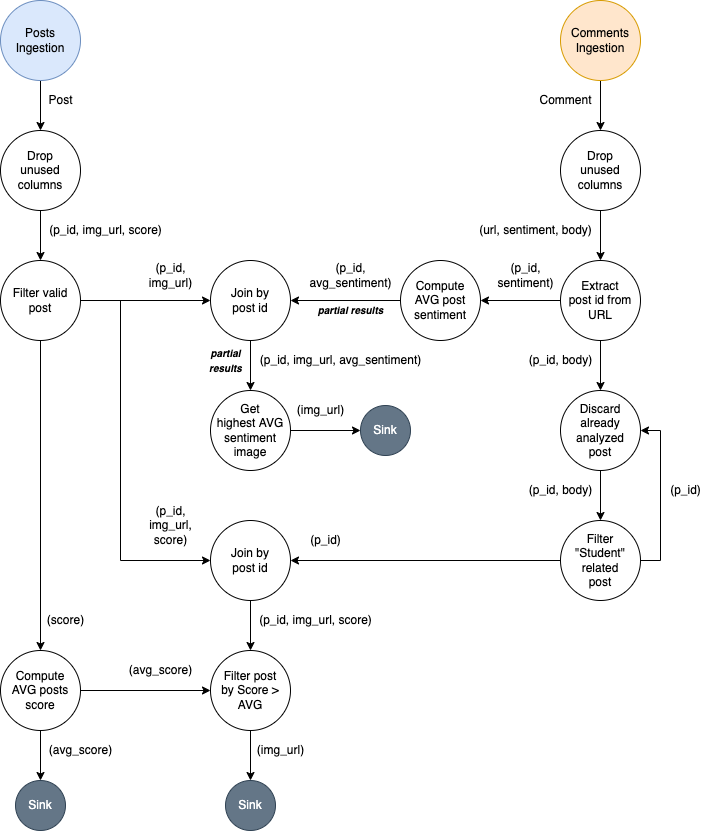
This is TP2/docs/diagrams/DAG_transparent.png from mauro7x/distribuidos, a draw.io export, as it was before one commit. Source tidied: cells renumbered, new cells last; positions are measured from the earlier drawing's top-left corner, leaving out a move shared by most shapes.
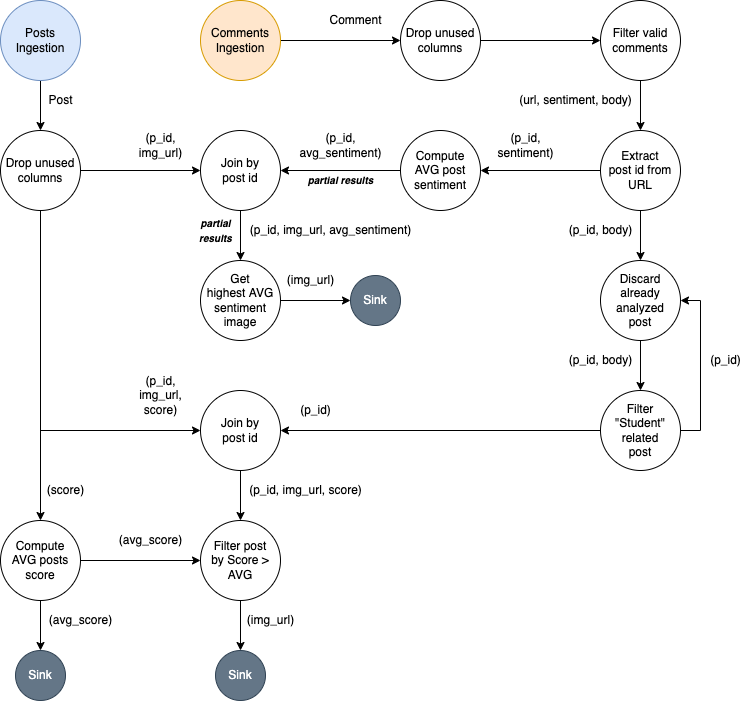
Later version of the same file.

Diff of the diagram source:
```diff
@@ -2,35 +2,29 @@
   <root>
     <mxCell id="0" />
     <mxCell id="1" parent="0" />
-    <mxCell id="2" style="edgeStyle=orthogonalEdgeStyle;rounded=0;jettySize=auto;html=1;" parent="1" edge="1" source="3" target="5">
+    <mxCell id="2" style="edgeStyle=orthogonalEdgeStyle;rounded=0;jettySize=auto;html=1;" parent="1" edge="1" source="3" target="18">
       <mxGeometry relative="1" as="geometry" />
     </mxCell>
     <mxCell id="3" value="Posts&lt;br&gt;Ingestion" style="ellipse;whiteSpace=wrap;html=1;fillColor=#dae8fc;strokeColor=#6c8ebf;" parent="1" vertex="1">
-      <mxGeometry width="80" height="80" as="geometry" />
+      <mxGeometry y="130" width="80" height="80" as="geometry" />
     </mxCell>
-    <mxCell id="4" style="edgeStyle=orthogonalEdgeStyle;rounded=0;jettySize=auto;html=1;" parent="1" edge="1" source="5" target="18">
-      <mxGeometry relative="1" as="geometry" />
-    </mxCell>
-    <mxCell id="5" value="Drop&lt;br&gt;unused columns" style="ellipse;whiteSpace=wrap;html=1;" parent="1" vertex="1">
-      <mxGeometry y="130" width="80" height="80" as="geometry" />
-    </mxCell>
     <mxCell id="6" value="Post" style="text;html=1;align=center;verticalAlign=middle;strokeColor=none;fillColor=none;fontStyle=0;" parent="1" vertex="1">
-      <mxGeometry x="40" y="90" width="40" height="20" as="geometry" />
+      <mxGeometry x="40" y="220" width="40" height="20" as="geometry" />
     </mxCell>
-    <mxCell id="7" style="edgeStyle=orthogonalEdgeStyle;rounded=0;jettySize=auto;html=1;" parent="1" edge="1" source="8" target="10">
-      <mxGeometry relative="1" as="geometry" />
-    </mxCell>
+    <mxCell id="59" style="edgeStyle=orthogonalEdgeStyle;rounded=0;jettySize=auto;html=1;" parent="1" edge="1" source="8" target="5">
+      <mxGeometry relative="1" as="geometry" />
+    </mxCell>
     <mxCell id="8" value="Comments Ingestion" style="ellipse;whiteSpace=wrap;html=1;fillColor=#ffe6cc;strokeColor=#d79b00;" parent="1" vertex="1">
-      <mxGeometry x="560" width="80" height="80" as="geometry" />
+      <mxGeometry x="200" y="130" width="80" height="80" as="geometry" />
     </mxCell>
     <mxCell id="9" style="edgeStyle=orthogonalEdgeStyle;rounded=0;jettySize=auto;html=1;" parent="1" edge="1" source="10" target="23">
       <mxGeometry relative="1" as="geometry" />
     </mxCell>
-    <mxCell id="10" value="Drop&lt;br&gt;unused columns" style="ellipse;whiteSpace=wrap;html=1;" parent="1" vertex="1">
-      <mxGeometry x="560" y="130" width="80" height="80" as="geometry" />
+    <mxCell id="10" value="Filter valid comments" style="ellipse;whiteSpace=wrap;html=1;" parent="1" vertex="1">
+      <mxGeometry x="600" y="130" width="80" height="80" as="geometry" />
     </mxCell>
     <mxCell id="11" value="Comment" style="text;html=1;align=center;verticalAlign=middle;strokeColor=none;fillColor=none;" parent="1" vertex="1">
-      <mxGeometry x="530" y="90" width="70" height="20" as="geometry" />
+      <mxGeometry x="320" y="140" width="70" height="20" as="geometry" />
     </mxCell>
     <mxCell id="12" style="edgeStyle=orthogonalEdgeStyle;rounded=0;jettySize=auto;html=1;" parent="1" edge="1" source="14" target="19">
       <mxGeometry relative="1" as="geometry" />
@@ -50,19 +44,18 @@
     <mxCell id="17" style="edgeStyle=orthogonalEdgeStyle;rounded=0;jettySize=auto;html=1;fontSize=10;" parent="1" edge="1" source="18" target="52">
       <mxGeometry relative="1" as="geometry">
         <Array as="points">
-          <mxPoint x="120" y="300" />
-          <mxPoint x="120" y="560" />
+          <mxPoint x="40" y="560" />
         </Array>
       </mxGeometry>
     </mxCell>
-    <mxCell id="18" value="Filter valid post" style="ellipse;whiteSpace=wrap;html=1;" parent="1" vertex="1">
+    <mxCell id="18" value="Drop unused&lt;br&gt;columns" style="ellipse;whiteSpace=wrap;html=1;" parent="1" vertex="1">
       <mxGeometry y="260" width="80" height="80" as="geometry" />
     </mxCell>
     <mxCell id="19" value="Sink" style="ellipse;whiteSpace=wrap;html=1;fillColor=#647687;fontColor=#ffffff;strokeColor=#314354;" parent="1" vertex="1">
       <mxGeometry x="15" y="780" width="50" height="50" as="geometry" />
     </mxCell>
     <mxCell id="20" value="(avg_score)" style="text;html=1;align=center;verticalAlign=middle;strokeColor=none;fillColor=none;" parent="1" vertex="1">
-      <mxGeometry x="120" y="660" width="80" height="20" as="geometry" />
+      <mxGeometry x="110" y="660" width="80" height="20" as="geometry" />
     </mxCell>
     <mxCell id="21" style="edgeStyle=orthogonalEdgeStyle;rounded=0;jettySize=auto;html=1;" parent="1" edge="1" source="23" target="26">
       <mxGeometry relative="1" as="geometry" />
@@ -71,10 +64,10 @@
       <mxGeometry relative="1" as="geometry" />
     </mxCell>
     <mxCell id="23" value="Extract&lt;br&gt;post id from URL" style="ellipse;whiteSpace=wrap;html=1;" parent="1" vertex="1">
-      <mxGeometry x="560" y="260" width="80" height="80" as="geometry" />
+      <mxGeometry x="600" y="260" width="80" height="80" as="geometry" />
     </mxCell>
     <mxCell id="24" value="(url, sentiment, body)" style="text;html=1;align=center;verticalAlign=middle;strokeColor=none;fillColor=none;" parent="1" vertex="1">
-      <mxGeometry x="470" y="220" width="130" height="20" as="geometry" />
+      <mxGeometry x="510" y="220" width="130" height="20" as="geometry" />
     </mxCell>
     <mxCell id="25" style="edgeStyle=orthogonalEdgeStyle;rounded=0;jettySize=auto;html=1;" parent="1" edge="1" source="26" target="30">
       <mxGeometry relative="1" as="geometry" />
@@ -85,53 +78,50 @@
     <mxCell id="27" value="(p_id,&lt;br&gt;sentiment)" style="text;html=1;align=center;verticalAlign=middle;strokeColor=none;fillColor=none;" parent="1" vertex="1">
       <mxGeometry x="490" y="260" width="70" height="30" as="geometry" />
     </mxCell>
-    <mxCell id="28" value="(p_id, img_url, score)" style="text;html=1;align=center;verticalAlign=middle;strokeColor=none;fillColor=none;" parent="1" vertex="1">
-      <mxGeometry x="40" y="220" width="130" height="20" as="geometry" />
-    </mxCell>
     <mxCell id="29" style="edgeStyle=orthogonalEdgeStyle;rounded=0;jettySize=auto;html=1;" parent="1" edge="1" source="30" target="34">
       <mxGeometry relative="1" as="geometry" />
     </mxCell>
     <mxCell id="30" value="Join by&lt;br&gt;post id" style="ellipse;whiteSpace=wrap;html=1;" parent="1" vertex="1">
-      <mxGeometry x="210" y="260" width="80" height="80" as="geometry" />
+      <mxGeometry x="200" y="260" width="80" height="80" as="geometry" />
     </mxCell>
     <mxCell id="31" value="(p_id,&lt;br&gt;avg_sentiment)" style="text;html=1;align=center;verticalAlign=middle;strokeColor=none;fillColor=none;" parent="1" vertex="1">
-      <mxGeometry x="300" y="260" width="100" height="30" as="geometry" />
+      <mxGeometry x="290" y="260" width="100" height="30" as="geometry" />
     </mxCell>
     <mxCell id="32" value="(p_id,&lt;br&gt;img_url,&lt;br&gt;score)" style="text;html=1;align=center;verticalAlign=middle;strokeColor=none;fillColor=none;" parent="1" vertex="1">
-      <mxGeometry x="140" y="500" width="60" height="50" as="geometry" />
+      <mxGeometry x="130" y="500" width="60" height="50" as="geometry" />
     </mxCell>
     <mxCell id="33" style="edgeStyle=orthogonalEdgeStyle;rounded=0;jettySize=auto;html=1;fontSize=10;" parent="1" edge="1" source="34" target="38">
       <mxGeometry relative="1" as="geometry" />
     </mxCell>
     <mxCell id="34" value="Get&lt;br&gt;highest AVG sentiment image" style="ellipse;whiteSpace=wrap;html=1;" parent="1" vertex="1">
-      <mxGeometry x="210" y="390" width="80" height="80" as="geometry" />
+      <mxGeometry x="200" y="390" width="80" height="80" as="geometry" />
     </mxCell>
     <mxCell id="35" value="(p_id, img_url, avg_sentiment)" style="text;html=1;align=center;verticalAlign=middle;strokeColor=none;fillColor=none;" parent="1" vertex="1">
-      <mxGeometry x="250" y="350" width="180" height="20" as="geometry" />
+      <mxGeometry x="240" y="350" width="180" height="20" as="geometry" />
     </mxCell>
     <mxCell id="36" value="&lt;font style=&quot;font-size: 10px;&quot;&gt;partial results&lt;/font&gt;" style="text;html=1;align=center;verticalAlign=middle;strokeColor=none;fillColor=none;fontStyle=3;" parent="1" vertex="1">
-      <mxGeometry x="310" y="300" width="80" height="20" as="geometry" />
+      <mxGeometry x="300" y="300" width="80" height="20" as="geometry" />
     </mxCell>
     <mxCell id="37" value="&lt;font style=&quot;font-size: 10px;&quot;&gt;partial&lt;br&gt;results&lt;/font&gt;" style="text;html=1;align=center;verticalAlign=middle;strokeColor=none;fillColor=none;fontStyle=3;" parent="1" vertex="1">
-      <mxGeometry x="200" y="340" width="50" height="40" as="geometry" />
+      <mxGeometry x="190" y="340" width="50" height="40" as="geometry" />
     </mxCell>
     <mxCell id="38" value="Sink" style="ellipse;whiteSpace=wrap;html=1;fillColor=#647687;fontColor=#ffffff;strokeColor=#314354;" parent="1" vertex="1">
-      <mxGeometry x="360" y="405" width="50" height="50" as="geometry" />
+      <mxGeometry x="350" y="405" width="50" height="50" as="geometry" />
     </mxCell>
     <mxCell id="39" value="(img_url)" style="text;html=1;align=center;verticalAlign=middle;strokeColor=none;fillColor=none;" parent="1" vertex="1">
-      <mxGeometry x="290" y="400" width="60" height="20" as="geometry" />
+      <mxGeometry x="280" y="400" width="60" height="20" as="geometry" />
     </mxCell>
     <mxCell id="40" style="edgeStyle=orthogonalEdgeStyle;rounded=0;jettySize=auto;html=1;fontSize=10;" parent="1" edge="1" source="41" target="44">
       <mxGeometry relative="1" as="geometry" />
     </mxCell>
     <mxCell id="41" value="Discard&lt;br&gt;already analyzed&lt;br&gt;post" style="ellipse;whiteSpace=wrap;html=1;" parent="1" vertex="1">
-      <mxGeometry x="560" y="390" width="80" height="80" as="geometry" />
+      <mxGeometry x="600" y="390" width="80" height="80" as="geometry" />
     </mxCell>
     <mxCell id="42" style="edgeStyle=orthogonalEdgeStyle;rounded=0;jettySize=auto;html=1;fontSize=10;" parent="1" edge="1" source="44" target="41">
       <mxGeometry relative="1" as="geometry">
         <Array as="points">
-          <mxPoint x="660" y="560" />
-          <mxPoint x="660" y="430" />
+          <mxPoint x="700" y="560" />
+          <mxPoint x="700" y="430" />
         </Array>
       </mxGeometry>
     </mxCell>
@@ -139,49 +129,55 @@
       <mxGeometry relative="1" as="geometry" />
     </mxCell>
     <mxCell id="44" value="Filter&lt;br&gt;&quot;Student&quot; related&lt;br&gt;post" style="ellipse;whiteSpace=wrap;html=1;" parent="1" vertex="1">
-      <mxGeometry x="560" y="520" width="80" height="80" as="geometry" />
+      <mxGeometry x="600" y="520" width="80" height="80" as="geometry" />
     </mxCell>
     <mxCell id="45" style="edgeStyle=orthogonalEdgeStyle;rounded=0;jettySize=auto;html=1;fontSize=10;" parent="1" edge="1" source="46" target="56">
       <mxGeometry relative="1" as="geometry" />
     </mxCell>
     <mxCell id="46" value="Filter post&lt;br&gt;by Score &amp;gt; AVG" style="ellipse;whiteSpace=wrap;html=1;" parent="1" vertex="1">
-      <mxGeometry x="210" y="650" width="80" height="80" as="geometry" />
+      <mxGeometry x="200" y="650" width="80" height="80" as="geometry" />
     </mxCell>
     <mxCell id="47" value="(p_id, body)" style="text;html=1;align=center;verticalAlign=middle;strokeColor=none;fillColor=none;" parent="1" vertex="1">
-      <mxGeometry x="520" y="350" width="80" height="20" as="geometry" />
+      <mxGeometry x="560" y="350" width="80" height="20" as="geometry" />
     </mxCell>
     <mxCell id="48" value="(p_id)" style="text;html=1;align=center;verticalAlign=middle;strokeColor=none;fillColor=none;" parent="1" vertex="1">
-      <mxGeometry x="660" y="480" width="50" height="20" as="geometry" />
+      <mxGeometry x="700" y="480" width="50" height="20" as="geometry" />
     </mxCell>
     <mxCell id="49" value="(p_id, body)" style="text;html=1;align=center;verticalAlign=middle;strokeColor=none;fillColor=none;" parent="1" vertex="1">
-      <mxGeometry x="520" y="480" width="80" height="20" as="geometry" />
+      <mxGeometry x="560" y="480" width="80" height="20" as="geometry" />
     </mxCell>
     <mxCell id="50" value="(p_id)" style="text;html=1;align=center;verticalAlign=middle;strokeColor=none;fillColor=none;" parent="1" vertex="1">
-      <mxGeometry x="300" y="530" width="50" height="20" as="geometry" />
+      <mxGeometry x="290" y="530" width="50" height="20" as="geometry" />
     </mxCell>
     <mxCell id="51" style="edgeStyle=orthogonalEdgeStyle;rounded=0;jettySize=auto;html=1;fontSize=10;" parent="1" edge="1" source="52" target="46">
       <mxGeometry relative="1" as="geometry" />
     </mxCell>
     <mxCell id="52" value="Join by&lt;br&gt;post id" style="ellipse;whiteSpace=wrap;html=1;" parent="1" vertex="1">
-      <mxGeometry x="210" y="520" width="80" height="80" as="geometry" />
+      <mxGeometry x="200" y="520" width="80" height="80" as="geometry" />
     </mxCell>
     <mxCell id="53" value="(p_id,&lt;br&gt;img_url)" style="text;html=1;align=center;verticalAlign=middle;strokeColor=none;fillColor=none;" parent="1" vertex="1">
-      <mxGeometry x="140" y="260" width="60" height="30" as="geometry" />
+      <mxGeometry x="130" y="260" width="60" height="30" as="geometry" />
     </mxCell>
     <mxCell id="54" value="(p_id, img_url, score)" style="text;html=1;align=center;verticalAlign=middle;strokeColor=none;fillColor=none;" parent="1" vertex="1">
-      <mxGeometry x="250" y="610" width="130" height="20" as="geometry" />
+      <mxGeometry x="240" y="610" width="130" height="20" as="geometry" />
     </mxCell>
     <mxCell id="55" value="(avg_score)" style="text;html=1;align=center;verticalAlign=middle;strokeColor=none;fillColor=none;" parent="1" vertex="1">
       <mxGeometry x="40" y="740" width="80" height="20" as="geometry" />
     </mxCell>
     <mxCell id="56" value="Sink" style="ellipse;whiteSpace=wrap;html=1;fillColor=#647687;fontColor=#ffffff;strokeColor=#314354;" parent="1" vertex="1">
-      <mxGeometry x="225" y="780" width="50" height="50" as="geometry" />
+      <mxGeometry x="215" y="780" width="50" height="50" as="geometry" />
     </mxCell>
     <mxCell id="57" value="(img_url)" style="text;html=1;align=center;verticalAlign=middle;strokeColor=none;fillColor=none;" parent="1" vertex="1">
-      <mxGeometry x="250" y="740" width="60" height="20" as="geometry" />
+      <mxGeometry x="240" y="740" width="60" height="20" as="geometry" />
     </mxCell>
     <mxCell id="58" value="(score)" style="text;html=1;align=center;verticalAlign=middle;strokeColor=none;fillColor=none;" parent="1" vertex="1">
       <mxGeometry x="40" y="610" width="50" height="20" as="geometry" />
     </mxCell>
+    <mxCell id="60" style="edgeStyle=orthogonalEdgeStyle;rounded=0;jettySize=auto;html=1;" parent="1" edge="1" source="5" target="10">
+      <mxGeometry relative="1" as="geometry" />
+    </mxCell>
+    <mxCell id="5" value="Drop unused&lt;br&gt;columns" style="ellipse;whiteSpace=wrap;html=1;" parent="1" vertex="1">
+      <mxGeometry x="400" y="130" width="80" height="80" as="geometry" />
+    </mxCell>
   </root>
 </mxGraphModel>
```
